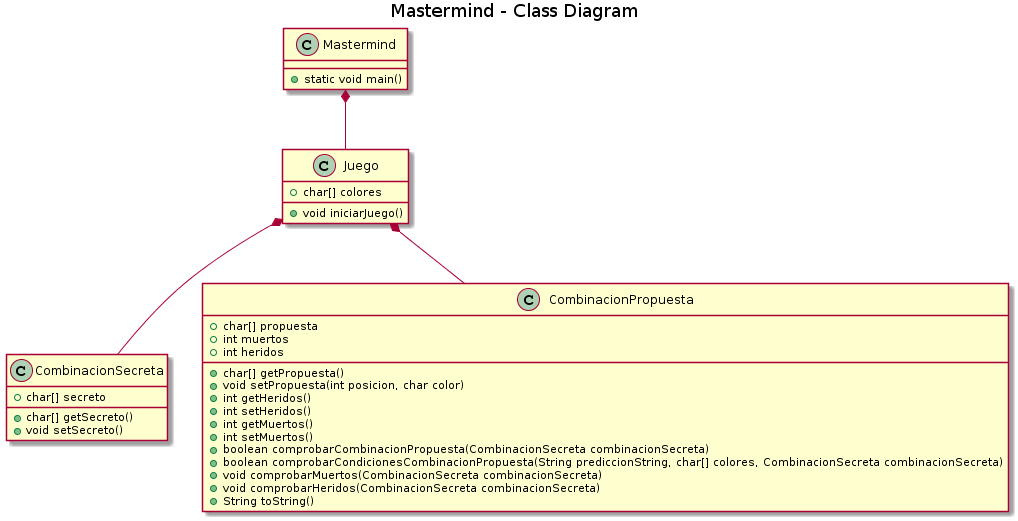
The PlantUML diagram diagramaClasesIteracion2.png in laucv/mastermind, before a commit.
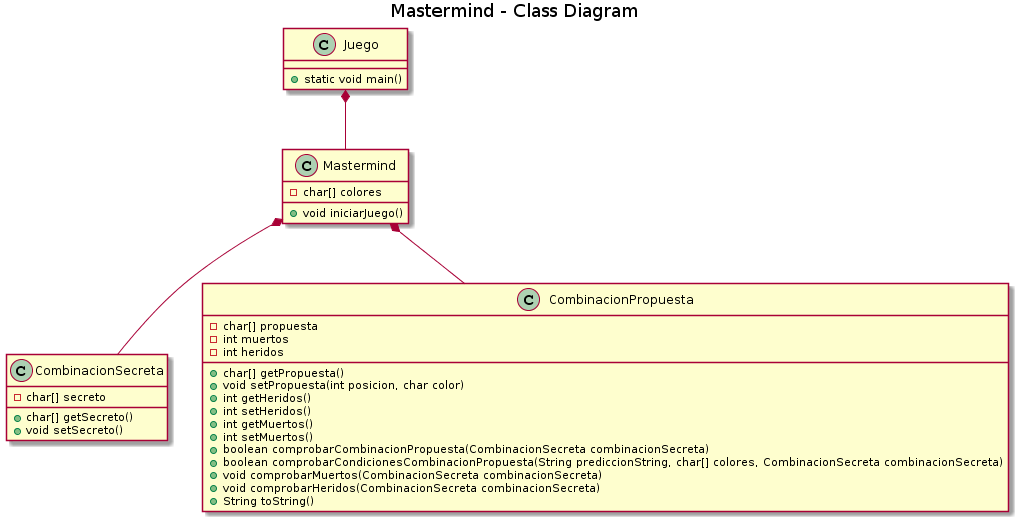
Above is the later version.

Commit message:
renombre de clases

Change to the diagram source:
```diff
@@ -3,24 +3,25 @@
 
 
 class Mastermind {
-    +static void main()
+    -char[] colores
+    +void iniciarJuego()
 }
 
 class Juego {
-    +char[] colores
-    +void iniciarJuego()
+    +static void main()
+
 }
 
 class CombinacionSecreta{
-    +char[] secreto
+    -char[] secreto
     +char[] getSecreto()
     +void setSecreto()
 }
 
 class CombinacionPropuesta{
-    +char[] propuesta
-    +int muertos
-    +int heridos
+    -char[] propuesta
+    -int muertos
+    -int heridos
     +char[] getPropuesta()
     +void setPropuesta(int posicion, char color)
     +int getHeridos()
@@ -34,7 +35,7 @@
     +String toString()
 }
 
-Mastermind  *--  Juego
-Juego *-- CombinacionSecreta
-Juego *-- CombinacionPropuesta
+Juego *--  Mastermind
+Mastermind *-- CombinacionSecreta
+Mastermind *-- CombinacionPropuesta
 @enduml
```
